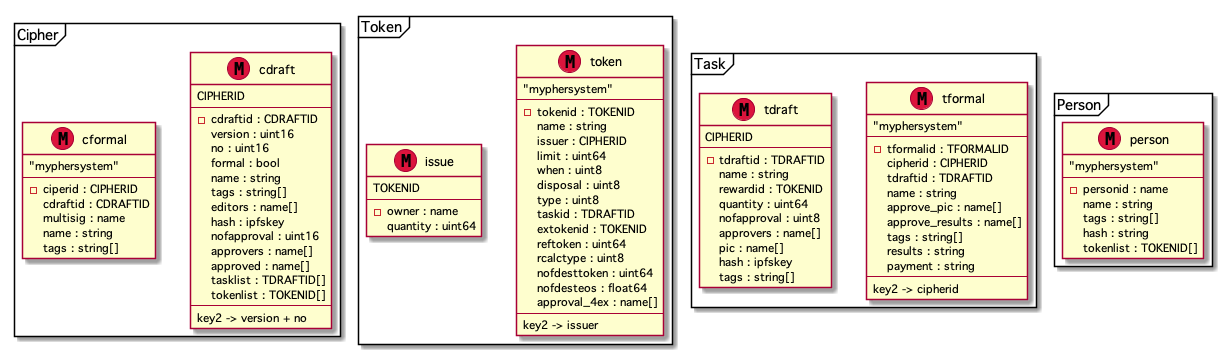
Before: doc/data_structure.png, a diagram exported from PlantUML (mypher/mypher).
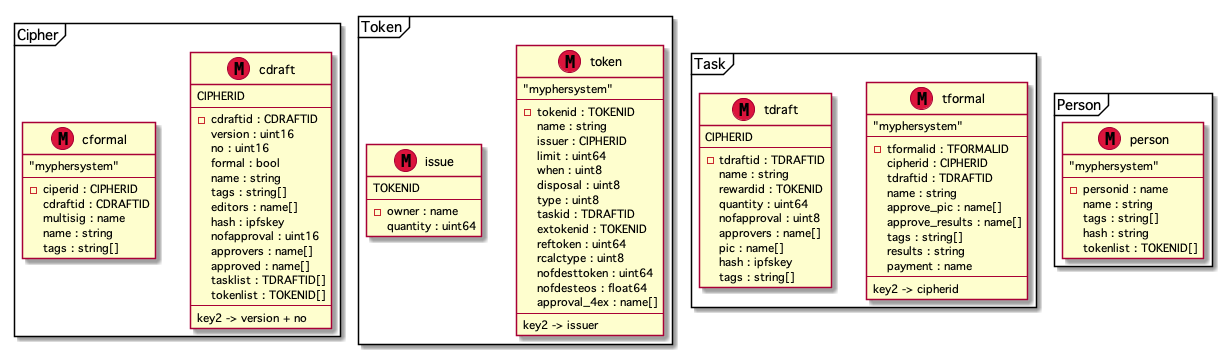
Above is the later version.

What changed in the source:
```diff
@@ -76,7 +76,7 @@
 		approve_results : name[]
 		tags : string[]
 		results : string
-		payment : string
+		payment : name
 		--
 		key2 -> cipherid
 	}
```
